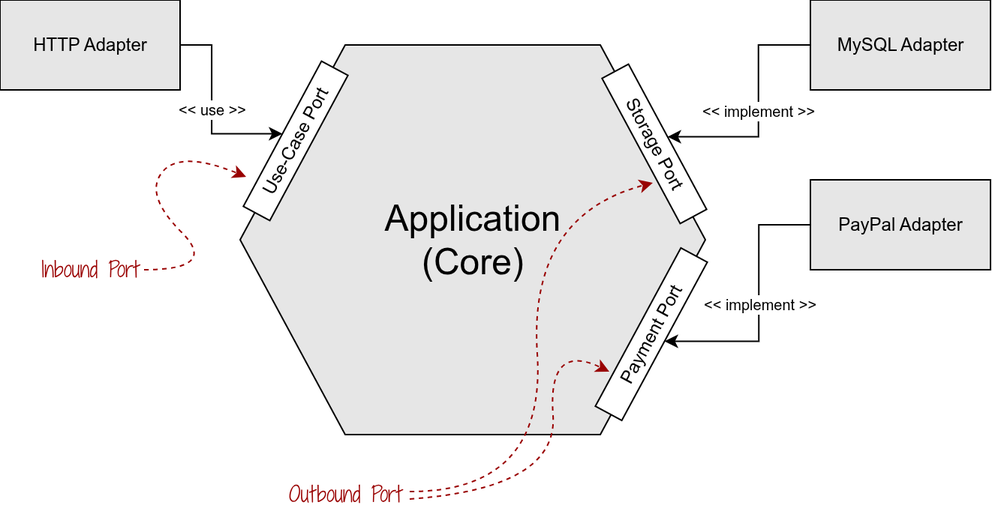
Earlier version of the draw.io export Hexagonal_Architecture-Standard.drawio.png (mgrandrath/nextjs-hexagonal-architecture). Source tidied: cells renumbered, new cells last; positions are measured from the earlier drawing's top-left corner, leaving out a move shared by most shapes.
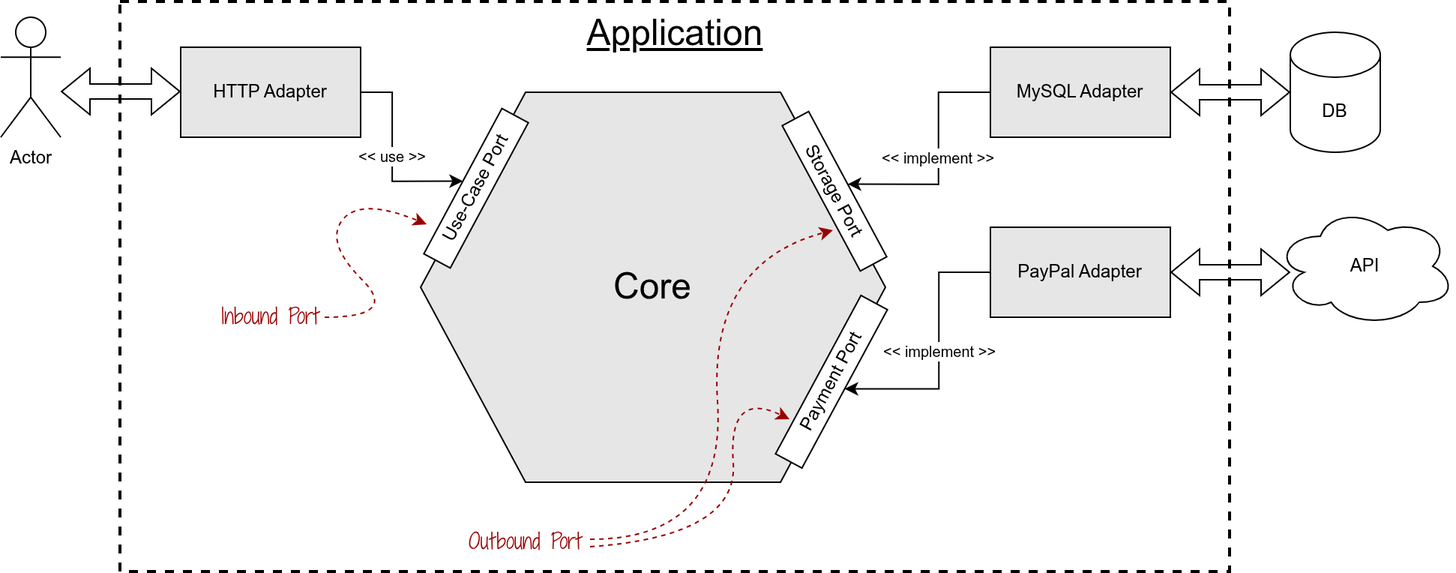
Above is the later version.

Commit message:
docs: add application boundaries to diagram

Diff of the diagram source:
```diff
@@ -2,7 +2,10 @@
   <root>
     <mxCell id="0" />
     <mxCell id="1" parent="0" />
+    <mxCell id="17" value="&lt;u&gt;Application&lt;/u&gt;" style="rounded=0;whiteSpace=wrap;html=1;verticalAlign=top;fontSize=24;fillColor=none;dashed=1;strokeWidth=2;" parent="1" vertex="1">
+      <mxGeometry x="-40" y="-30" width="740" height="380" as="geometry" />
+    </mxCell>
-    <mxCell id="2" value="&lt;font style=&quot;font-size: 24px;&quot;&gt;Application&lt;/font&gt;&lt;div&gt;&lt;font style=&quot;font-size: 24px;&quot;&gt;(Core)&lt;/font&gt;&lt;/div&gt;" style="shape=hexagon;perimeter=hexagonPerimeter2;whiteSpace=wrap;html=1;fixedSize=1;size=70;fillColor=#E6E6E6;" parent="1" vertex="1">
+    <mxCell id="2" value="&lt;div&gt;&lt;font style=&quot;font-size: 24px;&quot;&gt;Core&lt;/font&gt;&lt;/div&gt;" style="shape=hexagon;perimeter=hexagonPerimeter2;whiteSpace=wrap;html=1;fixedSize=1;size=70;fillColor=#E6E6E6;" parent="1" vertex="1">
       <mxGeometry x="160" y="30" width="310" height="260" as="geometry" />
     </mxCell>
     <mxCell id="3" value="&lt;font style=&quot;font-size: 10px;&quot;&gt;&amp;lt;&amp;lt; use &amp;gt;&amp;gt;&lt;/font&gt;" style="edgeStyle=orthogonalEdgeStyle;rounded=0;jettySize=auto;html=1;entryX=0.5;entryY=0;entryDx=0;entryDy=0;" parent="1" edge="1" source="4" target="11">
@@ -69,5 +72,28 @@
         </Array>
       </mxGeometry>
     </mxCell>
+    <mxCell id="18" value="DB" style="shape=cylinder3;whiteSpace=wrap;html=1;boundedLbl=1;backgroundOutline=1;size=15;" parent="1" vertex="1">
+      <mxGeometry x="740" y="-10" width="60" height="80" as="geometry" />
+    </mxCell>
+    <mxCell id="19" value="API" style="ellipse;shape=cloud;whiteSpace=wrap;html=1;" parent="1" vertex="1">
+      <mxGeometry x="730" y="106" width="120" height="80" as="geometry" />
+    </mxCell>
+    <mxCell id="20" value="Actor" style="shape=umlActor;verticalLabelPosition=bottom;verticalAlign=top;html=1;" parent="1" vertex="1">
+      <mxGeometry x="-120" y="-20" width="40" height="80" as="geometry" />
+    </mxCell>
+    <mxCell id="21" style="shape=flexArrow;endArrow=classic;startArrow=classic;html=1;rounded=0;entryX=0;entryY=0.5;entryDx=0;entryDy=0;entryPerimeter=0;" parent="1" edge="1" source="6" target="18">
+      <mxGeometry relative="1" as="geometry" />
+    </mxCell>
+    <mxCell id="22" style="shape=flexArrow;endArrow=classic;startArrow=classic;html=1;rounded=0;exitX=1;exitY=0.5;exitDx=0;exitDy=0;" parent="1" edge="1" source="8">
+      <mxGeometry relative="1" as="geometry">
+        <mxPoint x="740" y="150" as="targetPoint" />
+      </mxGeometry>
+    </mxCell>
+    <mxCell id="23" style="shape=flexArrow;endArrow=classic;startArrow=classic;html=1;rounded=0;entryX=0;entryY=0.5;entryDx=0;entryDy=0;entryPerimeter=0;" parent="1" edge="1">
+      <mxGeometry relative="1" as="geometry">
+        <mxPoint x="-80" y="29.5" as="sourcePoint" />
+        <mxPoint y="29.5" as="targetPoint" />
+      </mxGeometry>
+    </mxCell>
   </root>
 </mxGraphModel>
```
